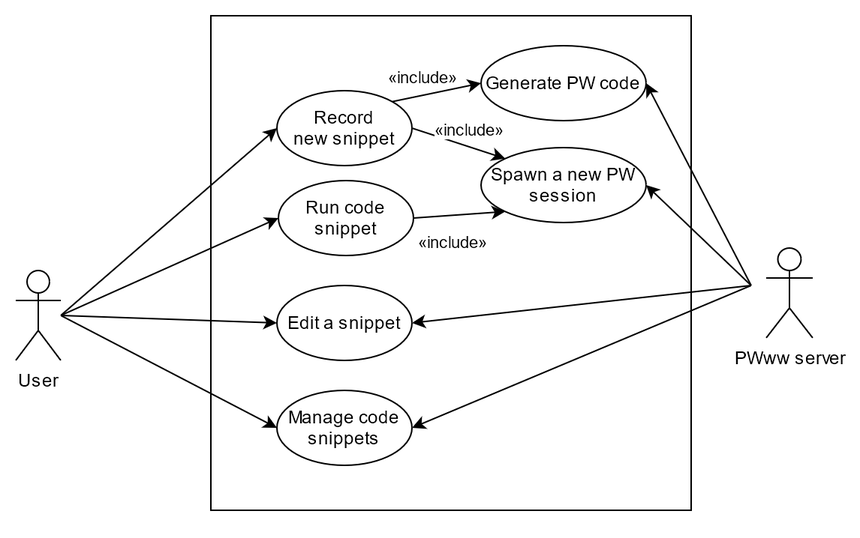
This is usecases/umldiagram.png from barjin/pw-web, a draw.io export, as it was before one commit. Source tidied: cells renumbered, new cells last; positions are measured from the earlier drawing's top-left corner, leaving out a move shared by most shapes. Its diagram source:
```xml
<mxGraphModel>
  <root>
    <mxCell id="0" />
    <mxCell id="1" parent="0" />
    <mxCell id="2" style="rounded=0;whiteSpace=wrap;html=1;" parent="1" vertex="1">
      <mxGeometry x="130" width="320" height="330" as="geometry" />
    </mxCell>
    <mxCell id="3" value="&lt;div&gt;Record&lt;br&gt;&lt;/div&gt;&lt;div&gt;new snippet&lt;/div&gt;" style="ellipse;whiteSpace=wrap;html=1;" parent="1" vertex="1">
      <mxGeometry x="174" y="50" width="90" height="50" as="geometry" />
    </mxCell>
    <mxCell id="4" value="Edit a snippet" style="ellipse;whiteSpace=wrap;html=1;" parent="1" vertex="1">
      <mxGeometry x="174" y="180" width="90" height="50" as="geometry" />
    </mxCell>
    <mxCell id="5" value="Run code snippet" style="ellipse;whiteSpace=wrap;html=1;" parent="1" vertex="1">
      <mxGeometry x="175" y="110" width="90" height="50" as="geometry" />
    </mxCell>
    <mxCell id="6" value="Manage code snippets" style="ellipse;whiteSpace=wrap;html=1;" parent="1" vertex="1">
      <mxGeometry x="174" y="250" width="90" height="50" as="geometry" />
    </mxCell>
    <mxCell id="7" value="User" style="shape=umlActor;verticalLabelPosition=bottom;verticalAlign=top;html=1;" parent="1" vertex="1">
      <mxGeometry y="170" width="30" height="60" as="geometry" />
    </mxCell>
    <mxCell id="8" value="PWww server" style="shape=umlActor;verticalLabelPosition=bottom;verticalAlign=top;html=1;" parent="1" vertex="1">
      <mxGeometry x="500" y="155" width="31" height="60" as="geometry" />
    </mxCell>
    <mxCell id="9" value="Spawn a new PW session" style="ellipse;whiteSpace=wrap;html=1;" parent="1" vertex="1">
      <mxGeometry x="310" y="88" width="110" height="50" as="geometry" />
    </mxCell>
    <mxCell id="10" value="&lt;span&gt;«include»&lt;/span&gt;" style="edgeLabel;html=1;align=center;verticalAlign=middle;" parent="1" vertex="1">
      <mxGeometry x="290" y="150" as="geometry" />
    </mxCell>
    <mxCell id="11" style="endArrow=classic;html=1;strokeColor=#000000;entryX=0;entryY=0.5;entryDx=0;entryDy=0;" parent="1" edge="1" target="3">
      <mxGeometry relative="1" as="geometry">
        <mxPoint x="30" y="200" as="sourcePoint" />
      </mxGeometry>
    </mxCell>
    <mxCell id="12" style="endArrow=classic;html=1;strokeColor=#000000;entryX=0;entryY=0.5;entryDx=0;entryDy=0;" parent="1" edge="1" target="4">
      <mxGeometry relative="1" as="geometry">
        <mxPoint x="30" y="200" as="sourcePoint" />
      </mxGeometry>
    </mxCell>
    <mxCell id="13" style="endArrow=classic;html=1;strokeColor=#000000;entryX=0;entryY=0.5;entryDx=0;entryDy=0;" parent="1" edge="1" target="5">
      <mxGeometry relative="1" as="geometry">
        <mxPoint x="30" y="200" as="sourcePoint" />
      </mxGeometry>
    </mxCell>
    <mxCell id="14" style="endArrow=classic;html=1;strokeColor=#000000;entryX=0;entryY=0.5;entryDx=0;entryDy=0;" parent="1" edge="1" target="6">
      <mxGeometry relative="1" as="geometry">
        <mxPoint x="30" y="200" as="sourcePoint" />
      </mxGeometry>
    </mxCell>
    <mxCell id="15" style="endArrow=classic;html=1;strokeColor=#000000;entryX=0;entryY=1;entryDx=0;entryDy=0;exitX=1;exitY=0.5;exitDx=0;exitDy=0;" parent="1" edge="1" source="5" target="9">
      <mxGeometry relative="1" as="geometry" />
    </mxCell>
    <mxCell id="16" style="endArrow=classic;html=1;strokeColor=#000000;entryX=0;entryY=0;entryDx=0;entryDy=0;exitX=1;exitY=0.5;exitDx=0;exitDy=0;" parent="1" edge="1" source="3" target="9">
      <mxGeometry relative="1" as="geometry" />
    </mxCell>
    <mxCell id="17" value="&lt;span&gt;«include»&lt;/span&gt;" style="edgeLabel;html=1;align=center;verticalAlign=middle;" parent="1" vertex="1">
      <mxGeometry x="301" y="75" as="geometry" />
    </mxCell>
    <mxCell id="18" style="endArrow=classic;html=1;strokeColor=#000000;entryX=1;entryY=0.5;entryDx=0;entryDy=0;" parent="1" edge="1" target="9">
      <mxGeometry relative="1" as="geometry">
        <mxPoint x="490" y="180" as="sourcePoint" />
      </mxGeometry>
    </mxCell>
    <mxCell id="19" style="endArrow=classic;html=1;strokeColor=#000000;entryX=1;entryY=0.5;entryDx=0;entryDy=0;" parent="1" edge="1" target="4">
      <mxGeometry relative="1" as="geometry">
        <mxPoint x="490" y="180" as="sourcePoint" />
      </mxGeometry>
    </mxCell>
    <mxCell id="20" style="endArrow=classic;html=1;strokeColor=#000000;entryX=1;entryY=0.5;entryDx=0;entryDy=0;" parent="1" edge="1" target="6">
      <mxGeometry relative="1" as="geometry">
        <mxPoint x="490" y="180" as="sourcePoint" />
      </mxGeometry>
    </mxCell>
    <mxCell id="21" value="Generate PW code" style="ellipse;whiteSpace=wrap;html=1;" parent="1" vertex="1">
      <mxGeometry x="310" y="20" width="110" height="50" as="geometry" />
    </mxCell>
    <mxCell id="22" style="endArrow=classic;html=1;strokeColor=#000000;entryX=0;entryY=0.5;entryDx=0;entryDy=0;exitX=1;exitY=0;exitDx=0;exitDy=0;" parent="1" edge="1" source="3" target="21">
      <mxGeometry relative="1" as="geometry" />
    </mxCell>
    <mxCell id="23" style="endArrow=classic;html=1;strokeColor=#000000;entryX=1;entryY=0.5;entryDx=0;entryDy=0;" parent="1" edge="1" target="21">
      <mxGeometry relative="1" as="geometry">
        <mxPoint x="490" y="180" as="sourcePoint" />
      </mxGeometry>
    </mxCell>
    <mxCell id="24" value="&lt;span&gt;«include»&lt;/span&gt;" style="edgeLabel;html=1;align=center;verticalAlign=middle;" parent="1" vertex="1">
      <mxGeometry x="270" y="40" as="geometry" />
    </mxCell>
    <mxCell id="25" style="edgeStyle=orthogonalEdgeStyle;rounded=0;orthogonalLoop=1;jettySize=auto;html=1;exitX=0.5;exitY=1;exitDx=0;exitDy=0;startArrow=classic;startFill=1;endArrow=none;endFill=0;strokeColor=#000000;" parent="1" edge="1" source="2" target="2">
      <mxGeometry relative="1" as="geometry" />
    </mxCell>
  </root>
</mxGraphModel>
```
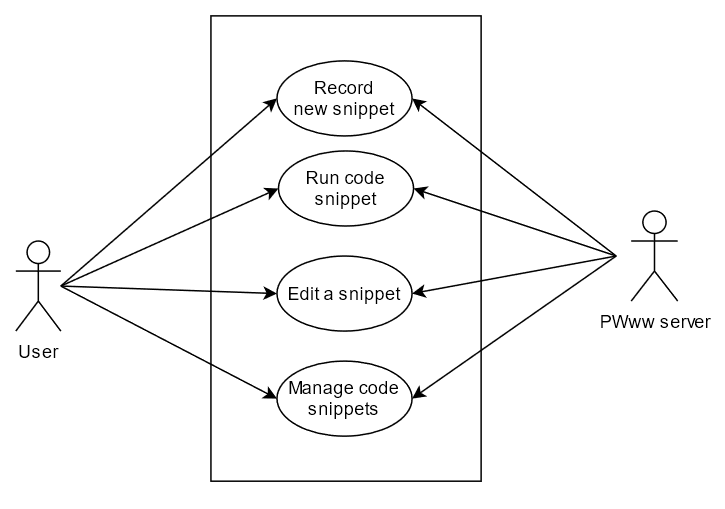
Later version of the same file.

Commit message:
UML Diagram update Simplified the UML Use Case Diagram.

The edit, as a diff of the source:
```diff
@@ -3,7 +3,7 @@
     <mxCell id="0" />
     <mxCell id="1" parent="0" />
     <mxCell id="2" style="rounded=0;whiteSpace=wrap;html=1;" parent="1" vertex="1">
-      <mxGeometry x="130" width="320" height="330" as="geometry" />
+      <mxGeometry x="130" y="20" width="180" height="310" as="geometry" />
     </mxCell>
     <mxCell id="3" value="&lt;div&gt;Record&lt;br&gt;&lt;/div&gt;&lt;div&gt;new snippet&lt;/div&gt;" style="ellipse;whiteSpace=wrap;html=1;" parent="1" vertex="1">
       <mxGeometry x="174" y="50" width="90" height="50" as="geometry" />
@@ -21,14 +21,8 @@
       <mxGeometry y="170" width="30" height="60" as="geometry" />
     </mxCell>
     <mxCell id="8" value="PWww server" style="shape=umlActor;verticalLabelPosition=bottom;verticalAlign=top;html=1;" parent="1" vertex="1">
-      <mxGeometry x="500" y="155" width="31" height="60" as="geometry" />
+      <mxGeometry x="410" y="150" width="31" height="60" as="geometry" />
     </mxCell>
-    <mxCell id="9" value="Spawn a new PW session" style="ellipse;whiteSpace=wrap;html=1;" parent="1" vertex="1">
-      <mxGeometry x="310" y="88" width="110" height="50" as="geometry" />
-    </mxCell>
-    <mxCell id="10" value="&lt;span&gt;«include»&lt;/span&gt;" style="edgeLabel;html=1;align=center;verticalAlign=middle;" parent="1" vertex="1">
-      <mxGeometry x="290" y="150" as="geometry" />
-    </mxCell>
     <mxCell id="11" style="endArrow=classic;html=1;strokeColor=#000000;entryX=0;entryY=0.5;entryDx=0;entryDy=0;" parent="1" edge="1" target="3">
       <mxGeometry relative="1" as="geometry">
         <mxPoint x="30" y="200" as="sourcePoint" />
@@ -49,44 +43,26 @@
         <mxPoint x="30" y="200" as="sourcePoint" />
       </mxGeometry>
     </mxCell>
-    <mxCell id="15" style="endArrow=classic;html=1;strokeColor=#000000;entryX=0;entryY=1;entryDx=0;entryDy=0;exitX=1;exitY=0.5;exitDx=0;exitDy=0;" parent="1" edge="1" source="5" target="9">
-      <mxGeometry relative="1" as="geometry" />
-    </mxCell>
-    <mxCell id="16" style="endArrow=classic;html=1;strokeColor=#000000;entryX=0;entryY=0;entryDx=0;entryDy=0;exitX=1;exitY=0.5;exitDx=0;exitDy=0;" parent="1" edge="1" source="3" target="9">
-      <mxGeometry relative="1" as="geometry" />
-    </mxCell>
-    <mxCell id="17" value="&lt;span&gt;«include»&lt;/span&gt;" style="edgeLabel;html=1;align=center;verticalAlign=middle;" parent="1" vertex="1">
-      <mxGeometry x="301" y="75" as="geometry" />
-    </mxCell>
-    <mxCell id="18" style="endArrow=classic;html=1;strokeColor=#000000;entryX=1;entryY=0.5;entryDx=0;entryDy=0;" parent="1" edge="1" target="9">
+    <mxCell id="18" style="endArrow=classic;html=1;strokeColor=#000000;entryX=1;entryY=0.5;entryDx=0;entryDy=0;" parent="1" edge="1" target="5">
       <mxGeometry relative="1" as="geometry">
-        <mxPoint x="490" y="180" as="sourcePoint" />
+        <mxPoint x="400" y="180" as="sourcePoint" />
       </mxGeometry>
     </mxCell>
     <mxCell id="19" style="endArrow=classic;html=1;strokeColor=#000000;entryX=1;entryY=0.5;entryDx=0;entryDy=0;" parent="1" edge="1" target="4">
       <mxGeometry relative="1" as="geometry">
-        <mxPoint x="490" y="180" as="sourcePoint" />
+        <mxPoint x="400" y="180" as="sourcePoint" />
       </mxGeometry>
     </mxCell>
     <mxCell id="20" style="endArrow=classic;html=1;strokeColor=#000000;entryX=1;entryY=0.5;entryDx=0;entryDy=0;" parent="1" edge="1" target="6">
       <mxGeometry relative="1" as="geometry">
-        <mxPoint x="490" y="180" as="sourcePoint" />
+        <mxPoint x="400" y="180" as="sourcePoint" />
       </mxGeometry>
     </mxCell>
-    <mxCell id="21" value="Generate PW code" style="ellipse;whiteSpace=wrap;html=1;" parent="1" vertex="1">
-      <mxGeometry x="310" y="20" width="110" height="50" as="geometry" />
-    </mxCell>
-    <mxCell id="22" style="endArrow=classic;html=1;strokeColor=#000000;entryX=0;entryY=0.5;entryDx=0;entryDy=0;exitX=1;exitY=0;exitDx=0;exitDy=0;" parent="1" edge="1" source="3" target="21">
-      <mxGeometry relative="1" as="geometry" />
-    </mxCell>
-    <mxCell id="23" style="endArrow=classic;html=1;strokeColor=#000000;entryX=1;entryY=0.5;entryDx=0;entryDy=0;" parent="1" edge="1" target="21">
+    <mxCell id="23" style="endArrow=classic;html=1;strokeColor=#000000;entryX=1;entryY=0.5;entryDx=0;entryDy=0;" parent="1" edge="1" target="3">
       <mxGeometry relative="1" as="geometry">
-        <mxPoint x="490" y="180" as="sourcePoint" />
+        <mxPoint x="400" y="180" as="sourcePoint" />
       </mxGeometry>
     </mxCell>
-    <mxCell id="24" value="&lt;span&gt;«include»&lt;/span&gt;" style="edgeLabel;html=1;align=center;verticalAlign=middle;" parent="1" vertex="1">
-      <mxGeometry x="270" y="40" as="geometry" />
-    </mxCell>
     <mxCell id="25" style="edgeStyle=orthogonalEdgeStyle;rounded=0;orthogonalLoop=1;jettySize=auto;html=1;exitX=0.5;exitY=1;exitDx=0;exitDy=0;startArrow=classic;startFill=1;endArrow=none;endFill=0;strokeColor=#000000;" parent="1" edge="1" source="2" target="2">
       <mxGeometry relative="1" as="geometry" />
     </mxCell>
```
